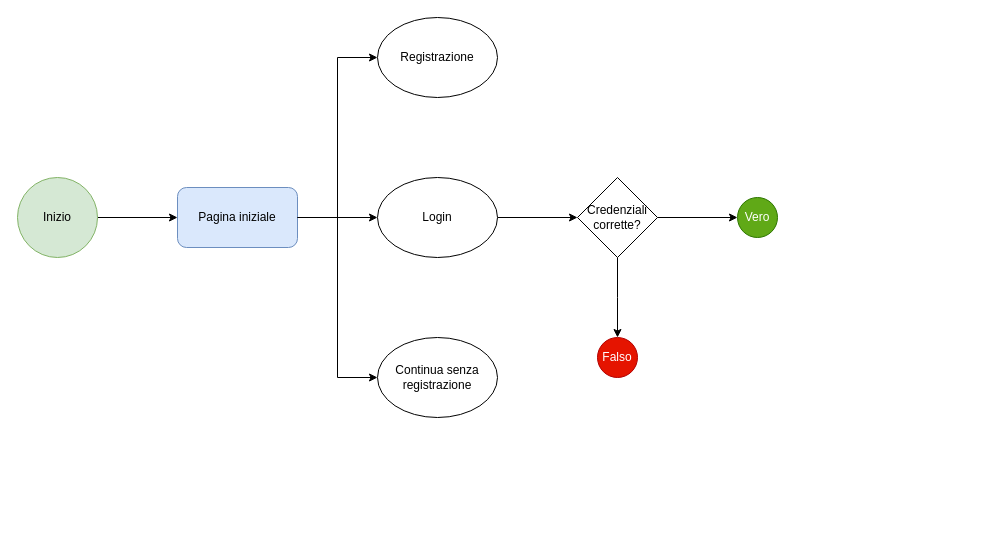
This is NuovoUserFlow.drawio from LucaBarbolini/Prova1, a draw.io file, before an edit. Source tidied: cells renumbered, new cells numbered last; positions are measured from the earlier drawing's top-left corner, leaving out a move shared by most shapes. Both pictures are drawn from the tidied source at 100%, with x=0, y=0 at pixel (17, 17).
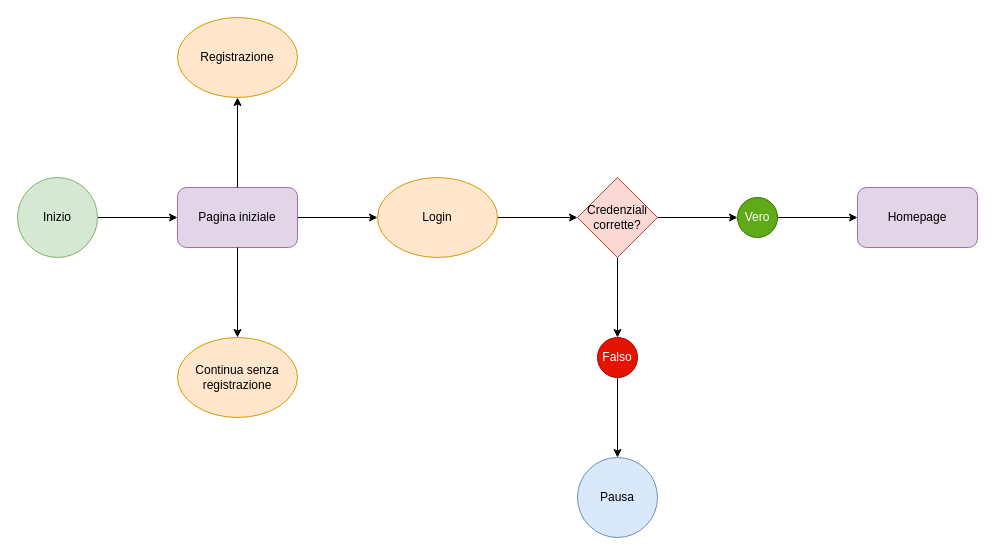
The same diagram, later.

Unchanged cells that the change refers to:
```xml
<mxCell id="15" value="Vero" style="ellipse;whiteSpace=wrap;html=1;fillColor=#60a917;fontColor=#ffffff;strokeColor=#2D7600;" parent="1" vertex="1">
  <mxGeometry x="720" y="180" width="40" height="40" as="geometry" />
</mxCell>
<mxCell id="16" value="Falso" style="ellipse;whiteSpace=wrap;html=1;fillColor=#e51400;fontColor=#ffffff;strokeColor=#B20000;" parent="1" vertex="1">
  <mxGeometry x="580" y="320" width="40" height="40" as="geometry" />
</mxCell>
```

Change to the diagram source:
```diff
@@
-    <mxCell id="5" value="Pagina iniziale" style="rounded=1;whiteSpace=wrap;html=1;fillColor=#dae8fc;strokeColor=#6c8ebf;" parent="1" vertex="1">
+    <mxCell id="5" value="Pagina iniziale" style="rounded=1;whiteSpace=wrap;html=1;fillColor=#e1d5e7;strokeColor=#9673a6;" parent="1" vertex="1">
       <mxGeometry x="160" y="170" width="120" height="60" as="geometry" />
     </mxCell>
-    <mxCell id="6" value="Registrazione" style="ellipse;whiteSpace=wrap;html=1;" parent="1" vertex="1">
-      <mxGeometry x="360" width="120" height="80" as="geometry" />
+    <mxCell id="6" value="Registrazione" style="ellipse;whiteSpace=wrap;html=1;fillColor=#ffe6cc;strokeColor=#d79b00;" parent="1" vertex="1">
+      <mxGeometry x="160" width="120" height="80" as="geometry" />
     </mxCell>
@@
-    <mxCell id="8" value="Login" style="ellipse;whiteSpace=wrap;html=1;" parent="1" vertex="1">
+    <mxCell id="8" value="Login" style="ellipse;whiteSpace=wrap;html=1;fillColor=#ffe6cc;strokeColor=#d79b00;" parent="1" vertex="1">
       <mxGeometry x="360" y="160" width="120" height="80" as="geometry" />
     </mxCell>
-    <mxCell id="9" value="Continua senza registrazione" style="ellipse;whiteSpace=wrap;html=1;" parent="1" vertex="1">
-      <mxGeometry x="360" y="320" width="120" height="80" as="geometry" />
+    <mxCell id="9" value="Continua senza registrazione" style="ellipse;whiteSpace=wrap;html=1;fillColor=#ffe6cc;strokeColor=#d79b00;" parent="1" vertex="1">
+      <mxGeometry x="160" y="320" width="120" height="80" as="geometry" />
     </mxCell>
-    <mxCell id="10" style="endArrow=classic;html=1;rounded=0;entryX=0;entryY=0.5;entryDx=0;entryDy=0;exitX=1;exitY=0.5;exitDx=0;exitDy=0;" parent="1" edge="1" source="5" target="6">
+    <mxCell id="10" style="endArrow=classic;html=1;rounded=0;entryX=0.5;entryY=1;entryDx=0;entryDy=0;exitX=0.5;exitY=0;exitDx=0;exitDy=0;" parent="1" edge="1" source="5" target="6">
       <mxGeometry relative="1" as="geometry">
         <Array as="points">
-          <mxPoint x="320" y="200" />
-          <mxPoint x="320" y="40" />
+          <mxPoint x="220" y="120" />
         </Array>
       </mxGeometry>
     </mxCell>
-    <mxCell id="11" style="endArrow=classic;html=1;rounded=0;entryX=0;entryY=0.5;entryDx=0;entryDy=0;exitX=1;exitY=0.5;exitDx=0;exitDy=0;" parent="1" edge="1" source="5" target="9">
+    <mxCell id="11" style="endArrow=classic;html=1;rounded=0;entryX=0.5;entryY=0;entryDx=0;entryDy=0;exitX=0.5;exitY=1;exitDx=0;exitDy=0;" parent="1" edge="1" source="5" target="9">
       <mxGeometry relative="1" as="geometry">
         <Array as="points">
-          <mxPoint x="320" y="200" />
-          <mxPoint x="320" y="360" />
+          <mxPoint x="220" y="280" />
         </Array>
       </mxGeometry>
     </mxCell>
@@
-    <mxCell id="14" value="Credenziali corrette?" style="rhombus;whiteSpace=wrap;html=1;" parent="1" vertex="1">
+    <mxCell id="14" value="Credenziali corrette?" style="rhombus;whiteSpace=wrap;html=1;fillColor=#fad9d5;strokeColor=#ae4132;" parent="1" vertex="1">
       <mxGeometry x="560" y="160" width="80" height="80" as="geometry" />
     </mxCell>
+    <mxCell id="17" style="edgeStyle=orthogonalEdgeStyle;rounded=0;jettySize=auto;html=1;entryX=0;entryY=0.5;entryDx=0;entryDy=0;exitX=1;exitY=0.5;exitDx=0;exitDy=0;" parent="1" edge="1" source="15" target="20">
+      <mxGeometry relative="1" as="geometry" />
+    </mxCell>
@@
+    <mxCell id="18" style="edgeStyle=orthogonalEdgeStyle;rounded=0;jettySize=auto;html=1;exitX=0.5;exitY=1;exitDx=0;exitDy=0;entryX=0.5;entryY=0;entryDx=0;entryDy=0;" parent="1" edge="1" source="16" target="19">
+      <mxGeometry relative="1" as="geometry" />
+    </mxCell>
@@
+    <mxCell id="19" value="Pausa" style="ellipse;whiteSpace=wrap;html=1;fillColor=#dae8fc;strokeColor=#6c8ebf;" parent="1" vertex="1">
+      <mxGeometry x="560" y="440" width="80" height="80" as="geometry" />
+    </mxCell>
+    <mxCell id="20" value="Homepage" style="rounded=1;whiteSpace=wrap;html=1;fillColor=#e1d5e7;strokeColor=#9673a6;" parent="1" vertex="1">
+      <mxGeometry x="840" y="170" width="120" height="60" as="geometry" />
+    </mxCell>
```
